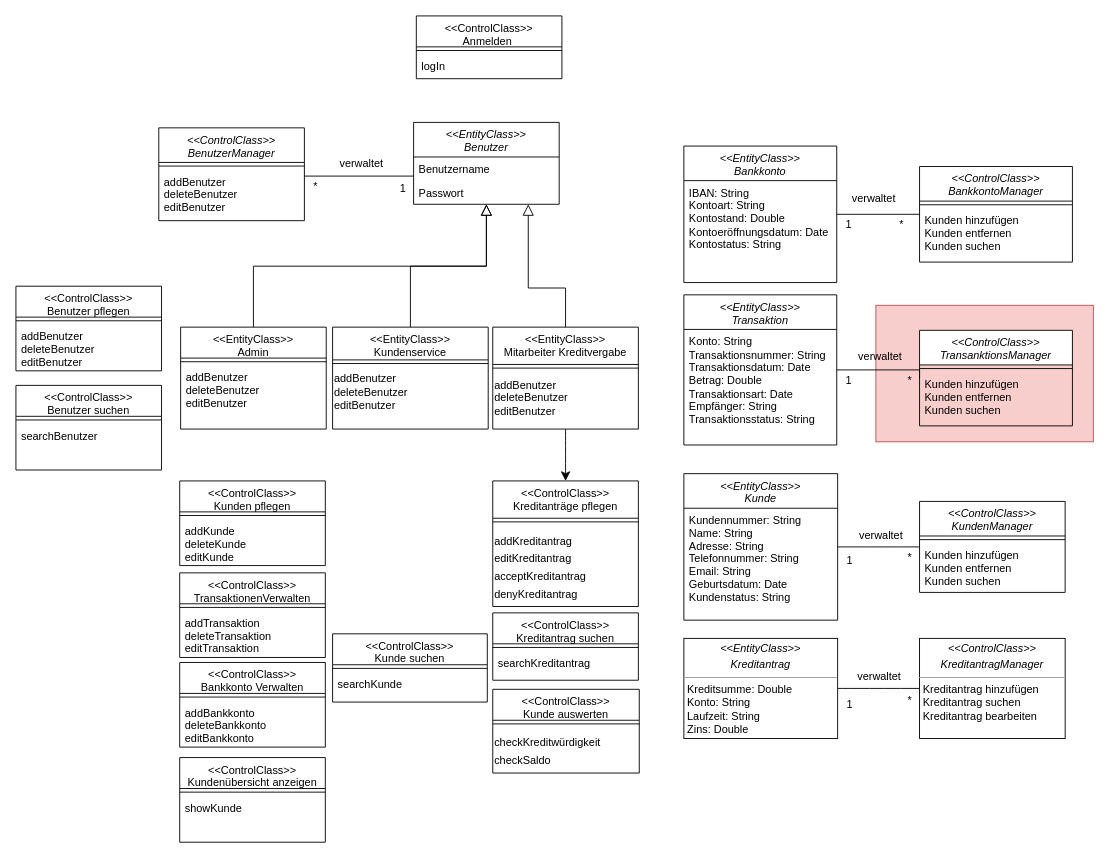
JaSc2912/VerteilteAnwendungen keeps this draw.io diagram as page "Technischer Entwurf" (5 of 5) of Datenmodell.drawio. Above is the earlier version. Source tidied: cells renumbered, new cells numbered last; positions are measured from the earlier drawing's top-left corner, leaving out a move shared by most shapes. Both pictures are drawn from the tidied source at 91%, with x=0, y=0 at pixel (15, 15).
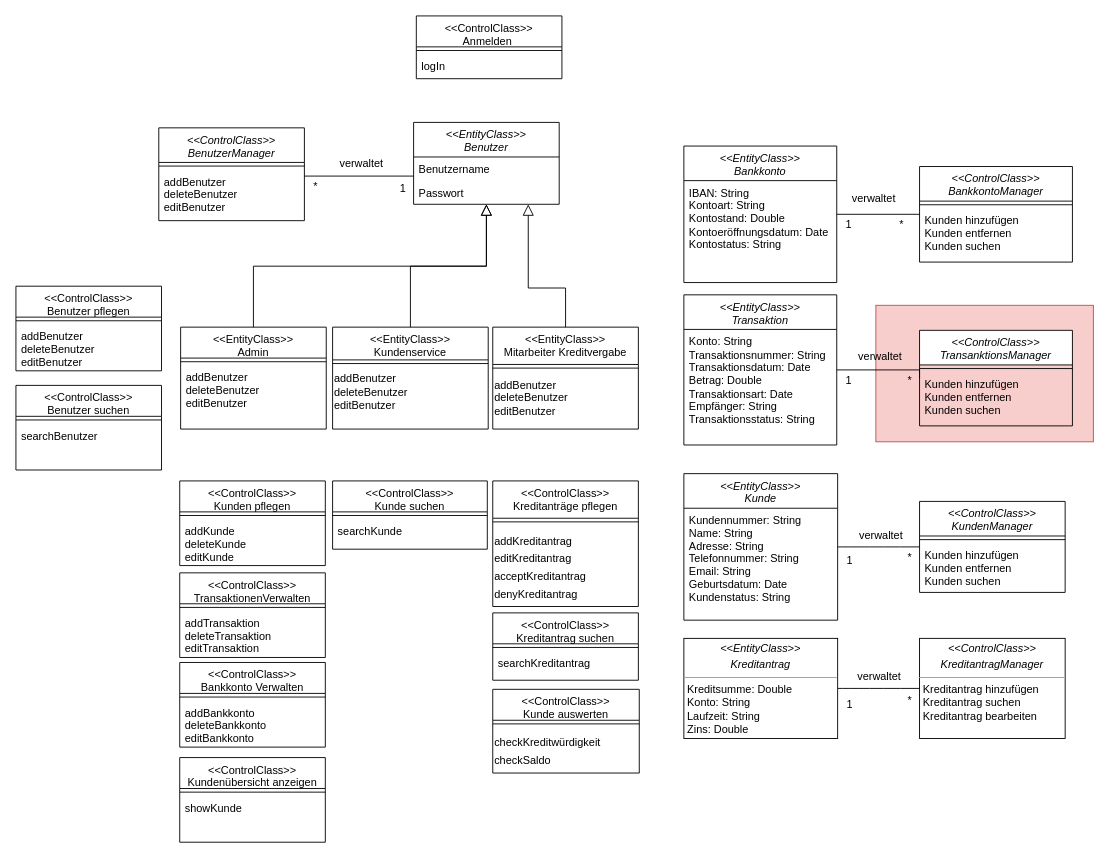
After the change.

The change refers to these unchanged cells:
```xml
<mxCell id="15" value="&lt;&lt;EntityClass&gt;&gt;&#10;Mitarbeiter Kreditvergabe" style="swimlane;fontStyle=0;align=center;verticalAlign=top;horizontal=1;startSize=41;rounded=0;shadow=0;strokeWidth=1;" parent="1" vertex="1">
  <mxGeometry x="524" y="342" width="160" height="112" as="geometry" />
</mxCell>
<mxCell id="58" value="&lt;&lt;ControlClass&gt;&gt;&#10;Kreditanträge pflegen" style="swimlane;fontStyle=0;align=center;verticalAlign=top;horizontal=1;startSize=41;rounded=0;shadow=0;strokeWidth=1;" parent="1" vertex="1">
  <mxGeometry x="524" y="511" width="160" height="138" as="geometry" />
</mxCell>
```

What changed in the source:
```diff
@@
-    <mxCell id="14" style="edgeStyle=none;curved=1;rounded=0;jettySize=auto;html=1;fontSize=12;startSize=8;endSize=8;" parent="1" edge="1" source="15" target="58">
-      <mxGeometry relative="1" as="geometry" />
-    </mxCell>
@@
     <mxCell id="74" value="&lt;&lt;ControlClass&gt;&gt;&#10;Kunde suchen" style="swimlane;fontStyle=0;align=center;verticalAlign=top;horizontal=1;startSize=34;rounded=0;shadow=0;strokeWidth=1;" parent="1" vertex="1">
-      <mxGeometry x="348" y="679" width="170" height="75" as="geometry" />
+      <mxGeometry x="348" y="511" width="170" height="75" as="geometry" />
     </mxCell>
```
